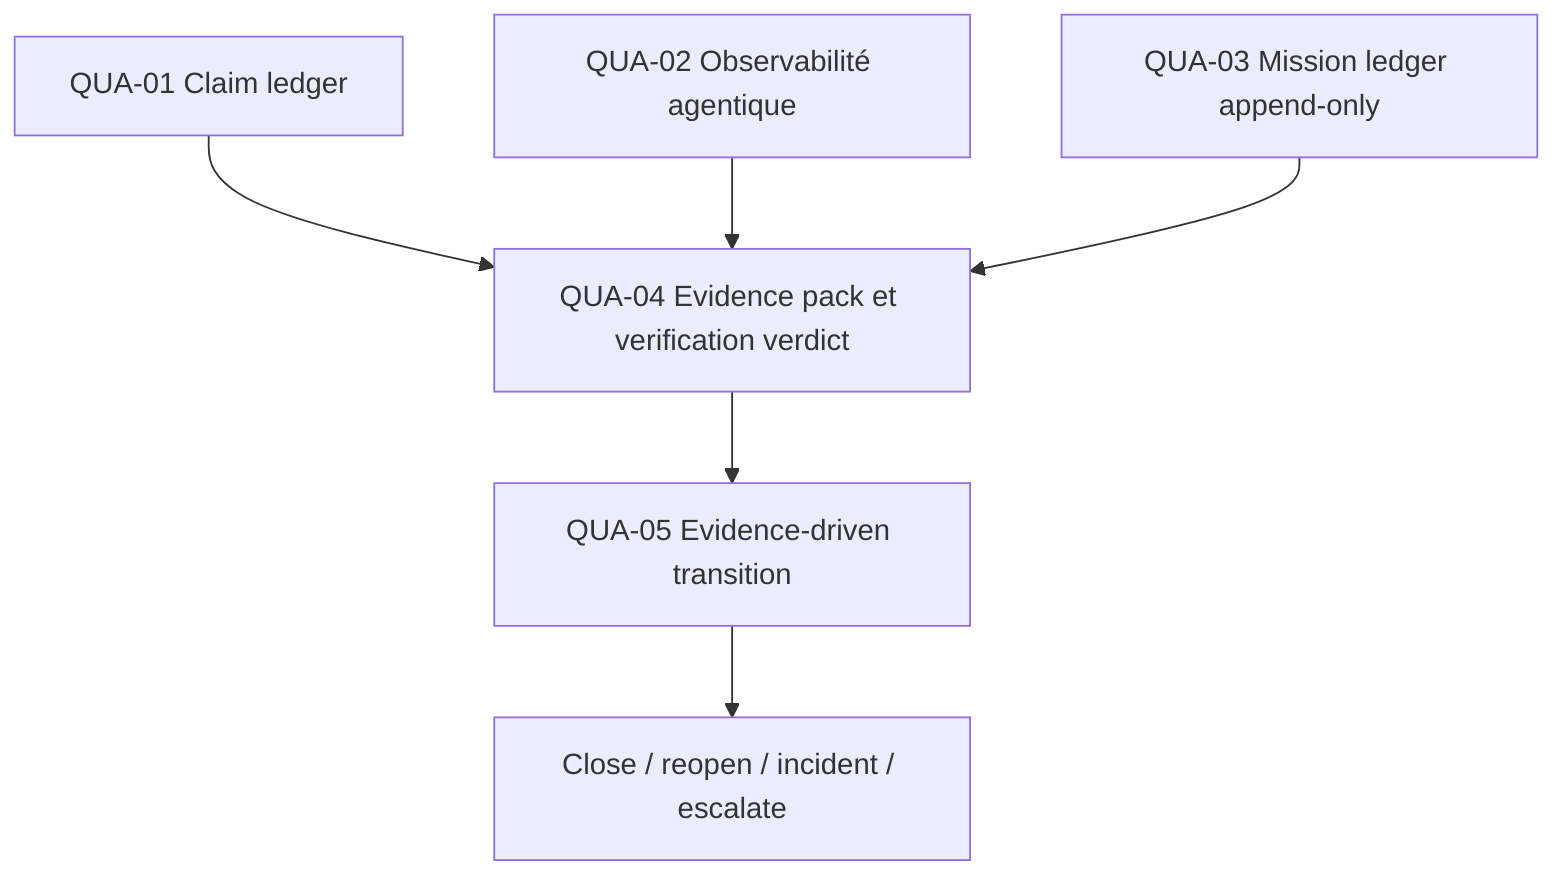
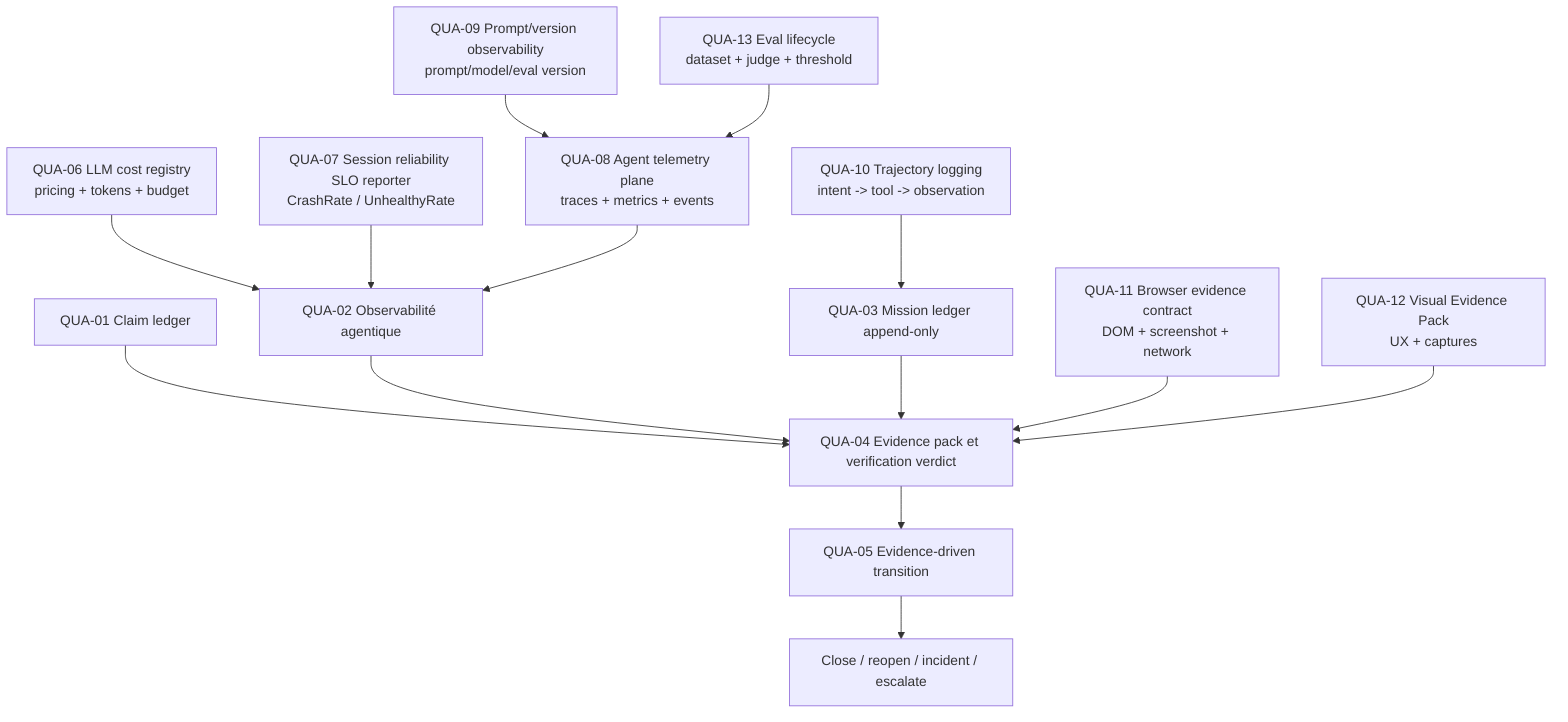
flowchart TD
    A["QUA-01 Claim ledger"] --> B["QUA-04 Evidence pack et verification verdict"]
    C["QUA-02 Observabilité agentique"] --> B
    D["QUA-03 Mission ledger append-only"] --> B
    B --> E["QUA-05 Evidence-driven transition"]
+     G["QUA-06 LLM cost registry\npricing + tokens + budget"] --> C
+     H["QUA-07 Session reliability SLO reporter\nCrashRate / UnhealthyRate"] --> C
+     I["QUA-08 Agent telemetry plane\ntraces + metrics + events"] --> C
+     J["QUA-09 Prompt/version observability\nprompt/model/eval version"] --> I
+     K["QUA-10 Trajectory logging\nintent -> tool -> observation"] --> D
+     L["QUA-11 Browser evidence contract\nDOM + screenshot + network"] --> B
+     M["QUA-12 Visual Evidence Pack\nUX + captures"] --> B
+     N["QUA-13 Eval lifecycle\ndataset + judge + threshold"] --> I
    E --> F["Close / reopen / incident / escalate"]
